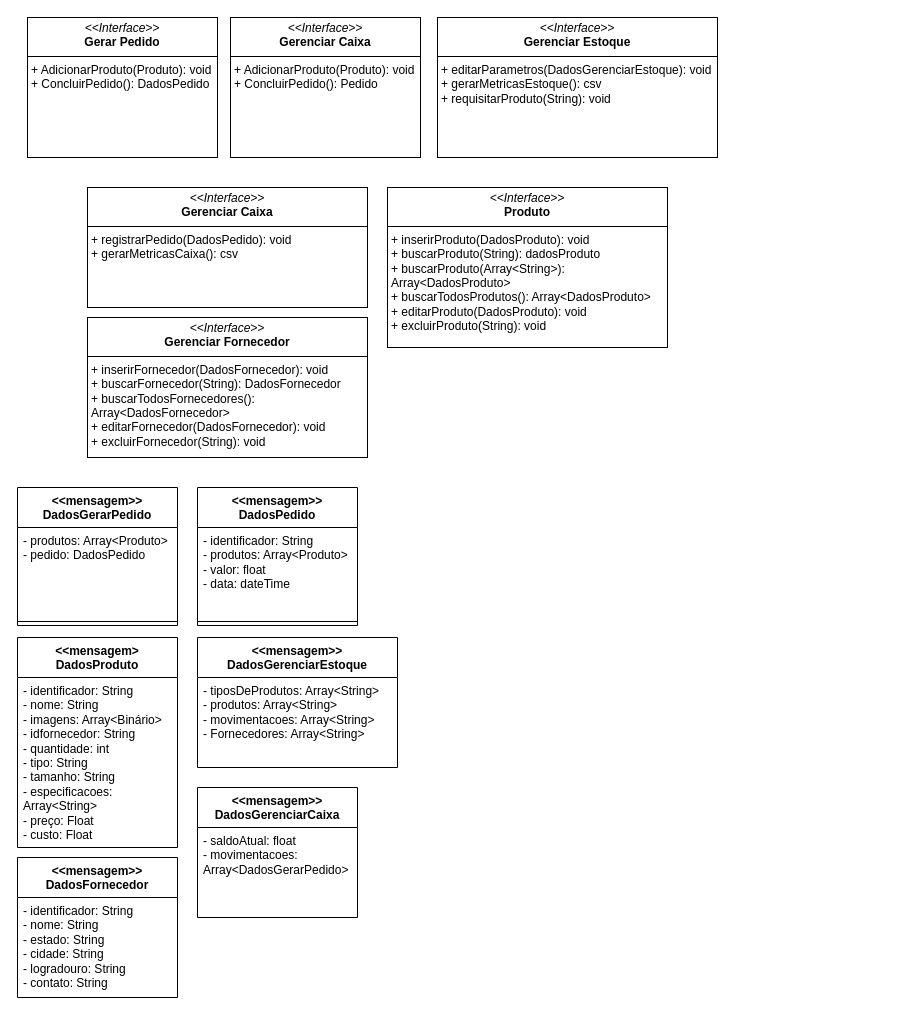
The draw.io diagram design/design.drawio in WolWolffz/ThuderBass_Stock, before the edit. Source tidied: cells renumbered, new cells numbered last; positions are measured from the earlier drawing's top-left corner, leaving out a move shared by most shapes. Both pictures are drawn from the tidied source at 100%, with x=0, y=0 at pixel (17, 17).
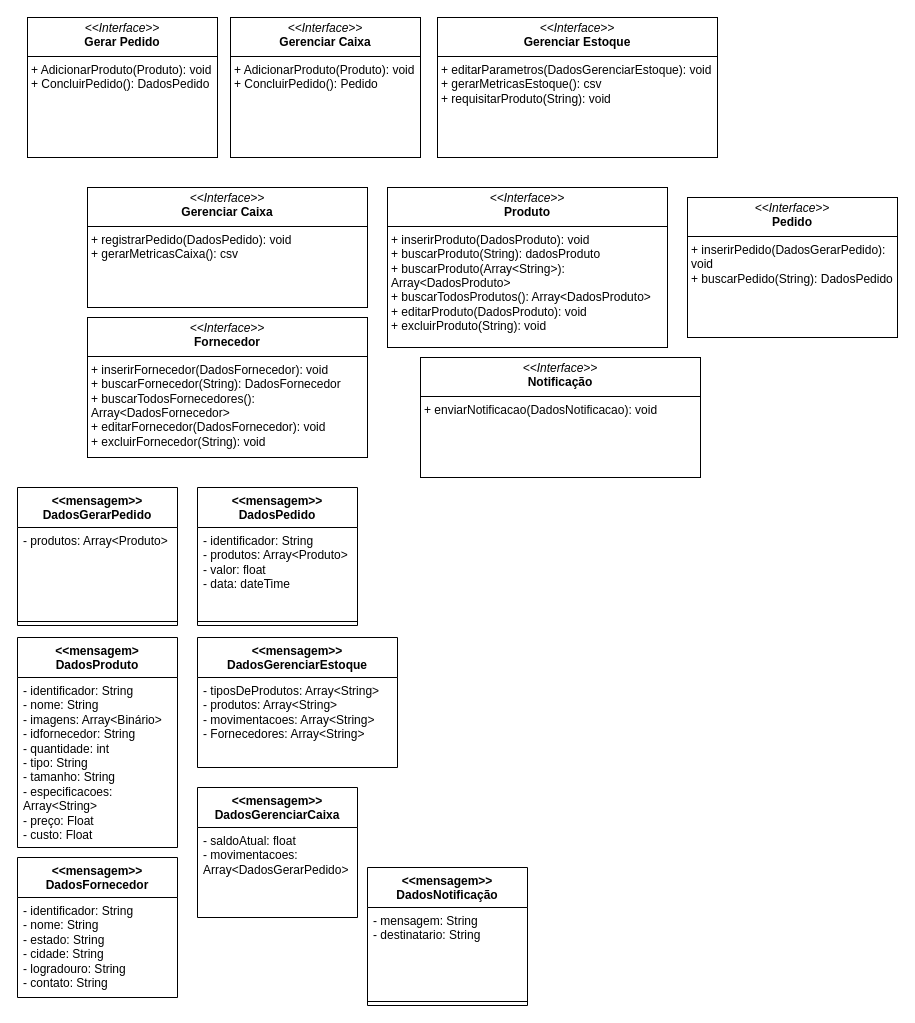
The same diagram, later.

Unchanged cells that the change refers to:
```xml
<mxCell id="8" value="&amp;lt;&amp;lt;mensagem&amp;gt;&amp;gt;&lt;div&gt;DadosGerarPedido&lt;/div&gt;" style="swimlane;fontStyle=1;align=center;verticalAlign=top;horizontal=1;startSize=40;whiteSpace=wrap;html=1;" parent="1" vertex="1">
  <mxGeometry y="470" width="160" height="138" as="geometry" />
</mxCell>
```

What changed in the source:
```diff
@@
-    <mxCell id="9" value="&lt;div&gt;- produtos: Array&amp;lt;Produto&amp;gt;&lt;/div&gt;&lt;div&gt;- pedido: DadosPedido&amp;nbsp;&lt;/div&gt;" style="text;strokeColor=none;fillColor=none;align=left;verticalAlign=top;spacingLeft=4;spacingRight=4;overflow=hidden;whiteSpace=wrap;html=1;" parent="8" vertex="1">
+    <mxCell id="9" value="&lt;div&gt;- produtos: Array&amp;lt;Produto&amp;gt;&lt;span style=&quot;background-color: initial;&quot;&gt;&amp;nbsp;&lt;/span&gt;&lt;/div&gt;" style="text;strokeColor=none;fillColor=none;align=left;verticalAlign=top;spacingLeft=4;spacingRight=4;overflow=hidden;whiteSpace=wrap;html=1;" parent="8" vertex="1">
       <mxGeometry y="40" width="160" height="90" as="geometry" />
     </mxCell>
@@
-    <mxCell id="21" value="&lt;p style=&quot;margin:0px;margin-top:4px;text-align:center;&quot;&gt;&lt;i&gt;&amp;lt;&amp;lt;Interface&amp;gt;&amp;gt;&lt;/i&gt;&lt;br&gt;&lt;b&gt;Gerenciar Fornecedor&lt;/b&gt;&lt;/p&gt;&lt;hr size=&quot;1&quot; style=&quot;border-style:solid;&quot;&gt;&lt;p style=&quot;margin:0px;margin-left:4px;&quot;&gt;+ inserirFornecedor(DadosFornecedor): void&lt;/p&gt;&lt;p style=&quot;margin:0px;margin-left:4px;&quot;&gt;+ buscarFornecedor(String): DadosFornecedor&lt;/p&gt;&lt;p style=&quot;margin:0px;margin-left:4px;&quot;&gt;+ buscarTodosFornecedores(): Array&amp;lt;DadosFornecedor&amp;gt;&lt;/p&gt;&lt;p style=&quot;margin:0px;margin-left:4px;&quot;&gt;+ editarFornecedor(DadosFornecedor): void&lt;/p&gt;&lt;p style=&quot;margin:0px;margin-left:4px;&quot;&gt;+ excluirFornecedor(String): void&lt;/p&gt;" style="verticalAlign=top;align=left;overflow=fill;html=1;whiteSpace=wrap;" parent="1" vertex="1">
+    <mxCell id="21" value="&lt;p style=&quot;margin:0px;margin-top:4px;text-align:center;&quot;&gt;&lt;i&gt;&amp;lt;&amp;lt;Interface&amp;gt;&amp;gt;&lt;/i&gt;&lt;br&gt;&lt;b&gt;Fornecedor&lt;/b&gt;&lt;/p&gt;&lt;hr size=&quot;1&quot; style=&quot;border-style:solid;&quot;&gt;&lt;p style=&quot;margin:0px;margin-left:4px;&quot;&gt;+ inserirFornecedor(DadosFornecedor): void&lt;/p&gt;&lt;p style=&quot;margin:0px;margin-left:4px;&quot;&gt;+ buscarFornecedor(String): DadosFornecedor&lt;/p&gt;&lt;p style=&quot;margin:0px;margin-left:4px;&quot;&gt;+ buscarTodosFornecedores(): Array&amp;lt;DadosFornecedor&amp;gt;&lt;/p&gt;&lt;p style=&quot;margin:0px;margin-left:4px;&quot;&gt;+ editarFornecedor(DadosFornecedor): void&lt;/p&gt;&lt;p style=&quot;margin:0px;margin-left:4px;&quot;&gt;+ excluirFornecedor(String): void&lt;/p&gt;" style="verticalAlign=top;align=left;overflow=fill;html=1;whiteSpace=wrap;" parent="1" vertex="1">
       <mxGeometry x="70" y="300" width="280" height="140" as="geometry" />
     </mxCell>
+    <mxCell id="22" value="&amp;lt;&amp;lt;mensagem&amp;gt;&amp;gt;&lt;div&gt;DadosNotificação&lt;/div&gt;" style="swimlane;fontStyle=1;align=center;verticalAlign=top;horizontal=1;startSize=40;whiteSpace=wrap;html=1;" parent="1" vertex="1">
+      <mxGeometry x="350" y="850" width="160" height="138" as="geometry" />
+    </mxCell>
+    <mxCell id="23" value="- mensagem: String&lt;div&gt;- destinatario: String&lt;/div&gt;" style="text;strokeColor=none;fillColor=none;align=left;verticalAlign=top;spacingLeft=4;spacingRight=4;overflow=hidden;whiteSpace=wrap;html=1;" parent="22" vertex="1">
+      <mxGeometry y="40" width="160" height="90" as="geometry" />
+    </mxCell>
+    <mxCell id="24" style="line;strokeWidth=1;fillColor=none;align=left;verticalAlign=middle;spacingTop=-1;spacingLeft=3;spacingRight=3;labelPosition=right;strokeColor=inherit;" parent="22" vertex="1">
+      <mxGeometry y="130" width="160" height="8" as="geometry" />
+    </mxCell>
+    <mxCell id="25" value="&lt;p style=&quot;margin:0px;margin-top:4px;text-align:center;&quot;&gt;&lt;i&gt;&amp;lt;&amp;lt;Interface&amp;gt;&amp;gt;&lt;/i&gt;&lt;br&gt;&lt;b&gt;Notificação&lt;/b&gt;&lt;/p&gt;&lt;hr size=&quot;1&quot; style=&quot;border-style:solid;&quot;&gt;&lt;p style=&quot;margin:0px;margin-left:4px;&quot;&gt;+ enviarNotificacao(DadosNotificacao): void&lt;/p&gt;" style="verticalAlign=top;align=left;overflow=fill;html=1;whiteSpace=wrap;" parent="1" vertex="1">
+      <mxGeometry x="403" y="340" width="280" height="120" as="geometry" />
+    </mxCell>
+    <mxCell id="26" value="&lt;p style=&quot;margin:0px;margin-top:4px;text-align:center;&quot;&gt;&lt;i&gt;&amp;lt;&amp;lt;Interface&amp;gt;&amp;gt;&lt;/i&gt;&lt;br&gt;&lt;b&gt;Pedido&lt;/b&gt;&lt;/p&gt;&lt;hr size=&quot;1&quot; style=&quot;border-style:solid;&quot;&gt;&lt;p style=&quot;margin:0px;margin-left:4px;&quot;&gt;+ inserirPedido(DadosGerarPedido): void&lt;br&gt;+ buscarPedido(String): DadosPedido&lt;/p&gt;" style="verticalAlign=top;align=left;overflow=fill;html=1;whiteSpace=wrap;" parent="1" vertex="1">
+      <mxGeometry x="670" y="180" width="210" height="140" as="geometry" />
+    </mxCell>
```
